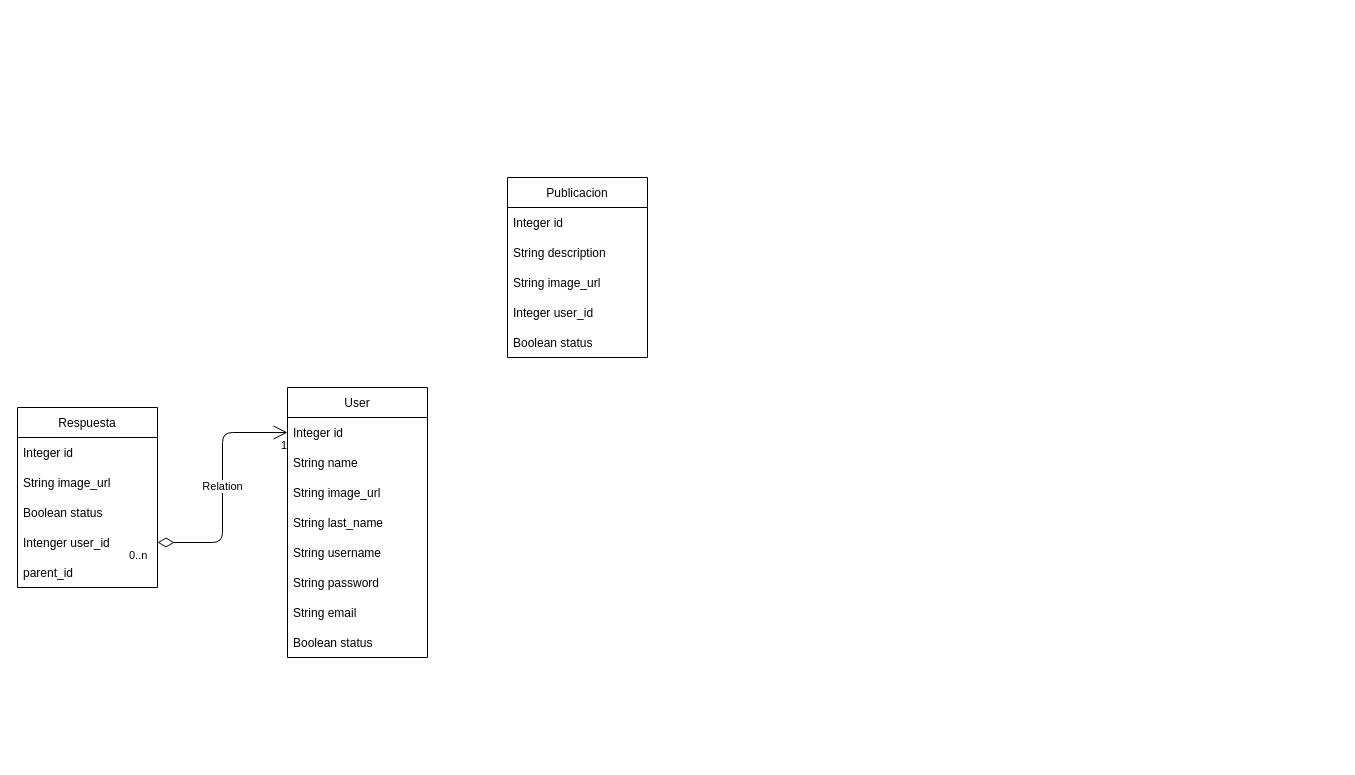
Above: bd.drawio in Arturo1603/flask_foro (draw.io), before the change. Source tidied: cells renumbered, new cells numbered last; positions are measured from the earlier drawing's top-left corner, leaving out a move shared by most shapes. Both pictures are drawn from the tidied source at 100%, with x=0, y=0 at pixel (17, 177).
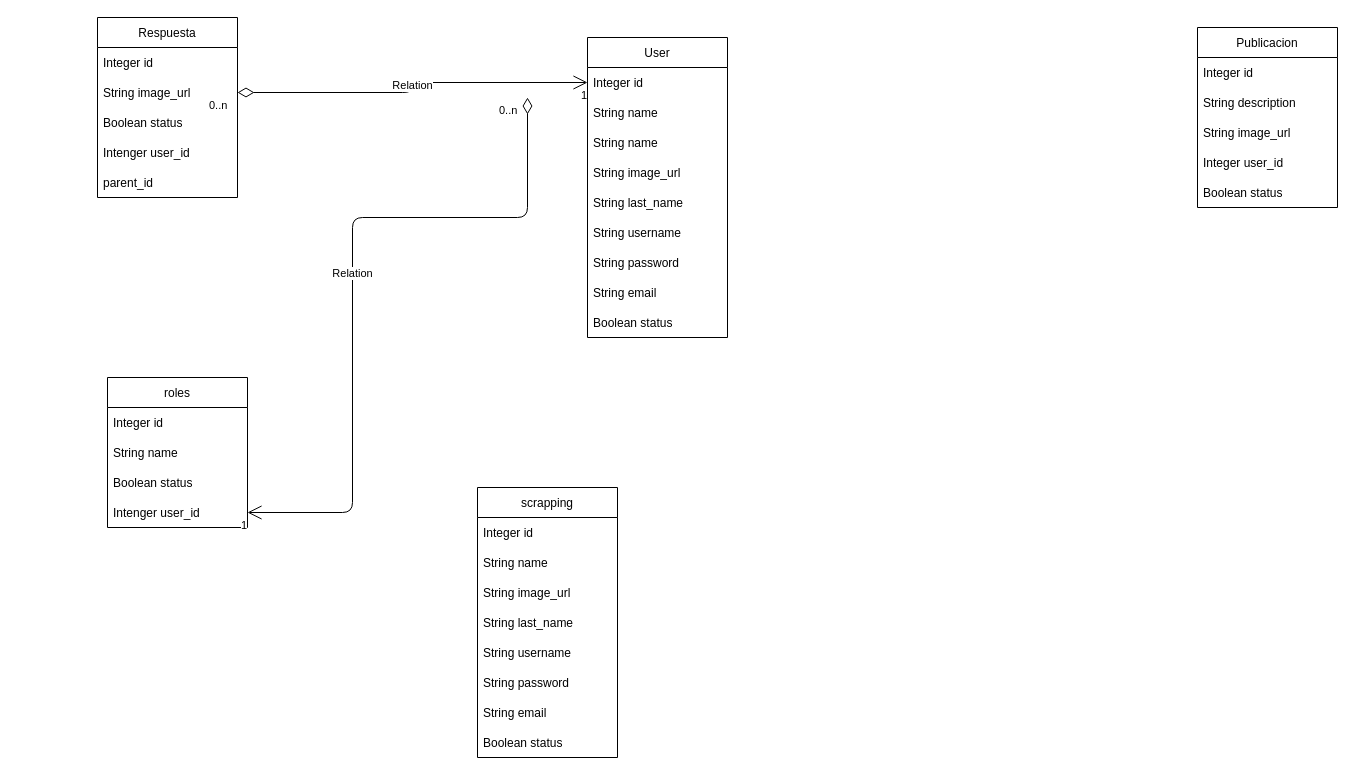
The same page after the edit.

Commit message (it also covers changes not shown here):
add helpers y current user

The change refers to these unchanged cells:
```xml
<mxCell id="3" value="Integer id" style="text;strokeColor=none;fillColor=none;align=left;verticalAlign=middle;spacingLeft=4;spacingRight=4;overflow=hidden;points=[[0,0.5],[1,0.5]];portConstraint=eastwest;" parent="2" vertex="1">
  <mxGeometry y="30" width="140" height="30" as="geometry" />
</mxCell>
<mxCell id="19" value="String image_url" style="text;strokeColor=none;fillColor=none;align=left;verticalAlign=middle;spacingLeft=4;spacingRight=4;overflow=hidden;points=[[0,0.5],[1,0.5]];portConstraint=eastwest;" parent="17" vertex="1">
  <mxGeometry y="60" width="140" height="30" as="geometry" />
</mxCell>
<mxCell id="21" value="Intenger user_id" style="text;strokeColor=none;fillColor=none;align=left;verticalAlign=middle;spacingLeft=4;spacingRight=4;overflow=hidden;points=[[0,0.5],[1,0.5]];portConstraint=eastwest;" parent="17" vertex="1">
  <mxGeometry y="120" width="140" height="30" as="geometry" />
</mxCell>
```

What changed in the source:
```diff
@@
     <mxCell id="2" value="User" style="swimlane;fontStyle=0;horizontal=1;startSize=30;" parent="1" vertex="1">
-      <mxGeometry x="270" y="210" width="140" height="270" as="geometry" />
+      <mxGeometry x="570" y="-140" width="140" height="300" as="geometry" />
     </mxCell>
@@
+    <mxCell id="26" value="String name" style="text;strokeColor=none;fillColor=none;align=left;verticalAlign=middle;spacingLeft=4;spacingRight=4;overflow=hidden;" parent="2" vertex="1">
+      <mxGeometry y="90" width="140" height="30" as="geometry" />
+    </mxCell>
     <mxCell id="5" value="String image_url" style="text;strokeColor=none;fillColor=none;align=left;verticalAlign=middle;spacingLeft=4;spacingRight=4;overflow=hidden;" parent="2" vertex="1">
-      <mxGeometry y="90" width="140" height="30" as="geometry" />
+      <mxGeometry y="120" width="140" height="30" as="geometry" />
     </mxCell>
     <mxCell id="6" value="String last_name" style="text;strokeColor=none;fillColor=none;align=left;verticalAlign=middle;spacingLeft=4;spacingRight=4;overflow=hidden;" parent="2" vertex="1">
-      <mxGeometry y="120" width="140" height="30" as="geometry" />
+      <mxGeometry y="150" width="140" height="30" as="geometry" />
     </mxCell>
     <mxCell id="7" value="String username" style="text;strokeColor=none;fillColor=none;align=left;verticalAlign=middle;spacingLeft=4;spacingRight=4;overflow=hidden;" parent="2" vertex="1">
-      <mxGeometry y="150" width="140" height="30" as="geometry" />
+      <mxGeometry y="180" width="140" height="30" as="geometry" />
     </mxCell>
     <mxCell id="8" value="String password" style="text;strokeColor=none;fillColor=none;align=left;verticalAlign=middle;spacingLeft=4;spacingRight=4;overflow=hidden;" parent="2" vertex="1">
-      <mxGeometry y="180" width="140" height="30" as="geometry" />
+      <mxGeometry y="210" width="140" height="30" as="geometry" />
     </mxCell>
     <mxCell id="9" value="String email" style="text;strokeColor=none;fillColor=none;align=left;verticalAlign=middle;spacingLeft=4;spacingRight=4;overflow=hidden;" parent="2" vertex="1">
-      <mxGeometry y="210" width="140" height="30" as="geometry" />
+      <mxGeometry y="240" width="140" height="30" as="geometry" />
     </mxCell>
     <mxCell id="10" value="Boolean status" style="text;strokeColor=none;fillColor=none;align=left;verticalAlign=middle;spacingLeft=4;spacingRight=4;overflow=hidden;" parent="2" vertex="1">
-      <mxGeometry y="240" width="140" height="30" as="geometry" />
+      <mxGeometry y="270" width="140" height="30" as="geometry" />
     </mxCell>
     <mxCell id="11" value="Publicacion" style="swimlane;fontStyle=0;horizontal=1;startSize=30;" parent="1" vertex="1">
-      <mxGeometry x="490" width="140" height="180" as="geometry" />
+      <mxGeometry x="1180" y="-150" width="140" height="180" as="geometry" />
     </mxCell>
@@
     <mxCell id="17" value="Respuesta" style="swimlane;fontStyle=0;horizontal=1;startSize=30;" parent="1" vertex="1">
-      <mxGeometry y="230" width="140" height="180" as="geometry" />
+      <mxGeometry x="80" y="-160" width="140" height="180" as="geometry" />
     </mxCell>
@@
-    <mxCell id="23" value="Relation" style="endArrow=open;html=1;endSize=12;startArrow=diamondThin;startSize=14;startFill=0;edgeStyle=orthogonalEdgeStyle;" parent="1" edge="1" source="21" target="3">
+    <mxCell id="23" value="Relation" style="endArrow=open;html=1;endSize=12;startArrow=diamondThin;startSize=14;startFill=0;edgeStyle=orthogonalEdgeStyle;exitX=1;exitY=0.5;exitDx=0;exitDy=0;" parent="1" edge="1" source="19" target="3">
       <mxGeometry x="0.01" relative="1" as="geometry" />
     </mxCell>
@@
+    <mxCell id="27" value="scrapping" style="swimlane;fontStyle=0;horizontal=1;startSize=30;" parent="1" vertex="1">
+      <mxGeometry x="460" y="310" width="140" height="270" as="geometry" />
+    </mxCell>
+    <mxCell id="28" value="Integer id" style="text;strokeColor=none;fillColor=none;align=left;verticalAlign=middle;spacingLeft=4;spacingRight=4;overflow=hidden;" parent="27" vertex="1">
+      <mxGeometry y="30" width="140" height="30" as="geometry" />
+    </mxCell>
+    <mxCell id="29" value="String name" style="text;strokeColor=none;fillColor=none;align=left;verticalAlign=middle;spacingLeft=4;spacingRight=4;overflow=hidden;" parent="27" vertex="1">
+      <mxGeometry y="60" width="140" height="30" as="geometry" />
+    </mxCell>
+    <mxCell id="30" value="String image_url" style="text;strokeColor=none;fillColor=none;align=left;verticalAlign=middle;spacingLeft=4;spacingRight=4;overflow=hidden;" parent="27" vertex="1">
+      <mxGeometry y="90" width="140" height="30" as="geometry" />
+    </mxCell>
+    <mxCell id="31" value="String last_name" style="text;strokeColor=none;fillColor=none;align=left;verticalAlign=middle;spacingLeft=4;spacingRight=4;overflow=hidden;" parent="27" vertex="1">
+      <mxGeometry y="120" width="140" height="30" as="geometry" />
+    </mxCell>
+    <mxCell id="32" value="String username" style="text;strokeColor=none;fillColor=none;align=left;verticalAlign=middle;spacingLeft=4;spacingRight=4;overflow=hidden;" parent="27" vertex="1">
+      <mxGeometry y="150" width="140" height="30" as="geometry" />
+    </mxCell>
+    <mxCell id="33" value="String password" style="text;strokeColor=none;fillColor=none;align=left;verticalAlign=middle;spacingLeft=4;spacingRight=4;overflow=hidden;" parent="27" vertex="1">
+      <mxGeometry y="180" width="140" height="30" as="geometry" />
+    </mxCell>
+    <mxCell id="34" value="String email" style="text;strokeColor=none;fillColor=none;align=left;verticalAlign=middle;spacingLeft=4;spacingRight=4;overflow=hidden;" parent="27" vertex="1">
+      <mxGeometry y="210" width="140" height="30" as="geometry" />
+    </mxCell>
+    <mxCell id="35" value="Boolean status" style="text;strokeColor=none;fillColor=none;align=left;verticalAlign=middle;spacingLeft=4;spacingRight=4;overflow=hidden;" parent="27" vertex="1">
+      <mxGeometry y="240" width="140" height="30" as="geometry" />
+    </mxCell>
+    <mxCell id="36" value="roles" style="swimlane;fontStyle=0;horizontal=1;startSize=30;" parent="1" vertex="1">
+      <mxGeometry x="90" y="200" width="140" height="150" as="geometry" />
+    </mxCell>
+    <mxCell id="37" value="Integer id" style="text;strokeColor=none;fillColor=none;align=left;verticalAlign=middle;spacingLeft=4;spacingRight=4;overflow=hidden;" parent="36" vertex="1">
+      <mxGeometry y="30" width="140" height="30" as="geometry" />
+    </mxCell>
+    <mxCell id="38" value="String name" style="text;strokeColor=none;fillColor=none;align=left;verticalAlign=middle;spacingLeft=4;spacingRight=4;overflow=hidden;" parent="36" vertex="1">
+      <mxGeometry y="60" width="140" height="30" as="geometry" />
+    </mxCell>
+    <mxCell id="39" value="Boolean status" style="text;strokeColor=none;fillColor=none;align=left;verticalAlign=middle;spacingLeft=4;spacingRight=4;overflow=hidden;" parent="36" vertex="1">
+      <mxGeometry y="90" width="140" height="30" as="geometry" />
+    </mxCell>
+    <mxCell id="40" value="Intenger user_id" style="text;strokeColor=none;fillColor=none;align=left;verticalAlign=middle;spacingLeft=4;spacingRight=4;overflow=hidden;points=[[0,0.5],[1,0.5]];portConstraint=eastwest;" parent="36" vertex="1">
+      <mxGeometry y="120" width="140" height="30" as="geometry" />
+    </mxCell>
+    <mxCell id="41" value="Relation" style="endArrow=open;html=1;endSize=12;startArrow=diamondThin;startSize=14;startFill=0;edgeStyle=orthogonalEdgeStyle;" parent="1" edge="1" target="40">
+      <mxGeometry x="0.01" relative="1" as="geometry">
+        <mxPoint x="510" y="-80" as="sourcePoint" />
+        <Array as="points">
+          <mxPoint x="510" y="40" />
+          <mxPoint x="335" y="40" />
+          <mxPoint x="335" y="335" />
+        </Array>
+      </mxGeometry>
+    </mxCell>
+    <mxCell id="42" value="0..n" style="edgeLabel;html=1;align=left;verticalAlign=top;" parent="41" vertex="1">
+      <mxGeometry x="-1" relative="1" as="geometry">
+        <mxPoint x="-30" as="offset" />
+      </mxGeometry>
+    </mxCell>
+    <mxCell id="43" value="1" style="edgeLabel;html=1;align=right;verticalAlign=top;" parent="41" vertex="1">
+      <mxGeometry x="1" relative="1" as="geometry" />
+    </mxCell>
```
